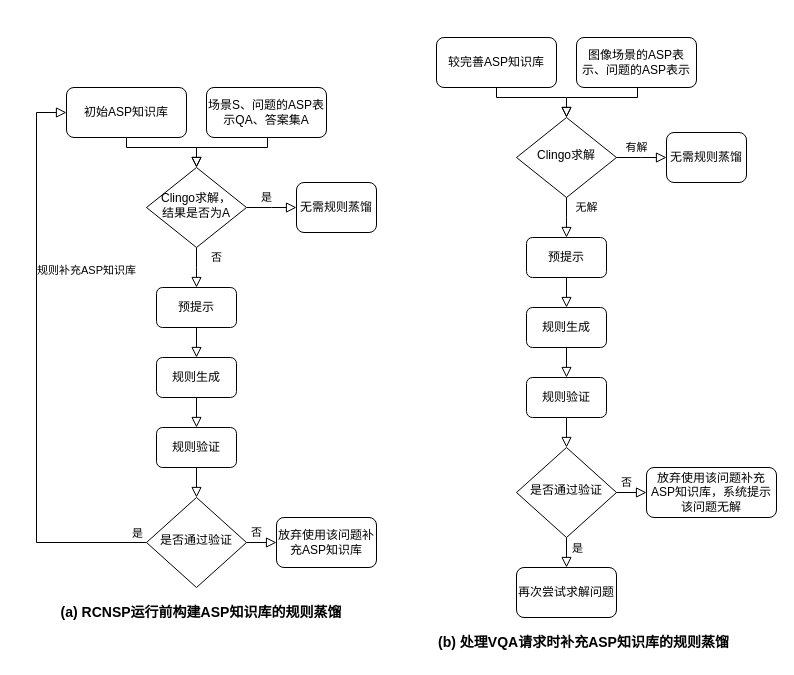
Before: figures/distillation.drawio in penguin-1022/SeuThesiY-master, a draw.io diagram. Source tidied: cells renumbered, new cells numbered last; positions are measured from the earlier drawing's top-left corner, leaving out a move shared by most shapes. Both pictures are drawn from the tidied source at 100%, with x=0, y=0 at pixel (36, 37).
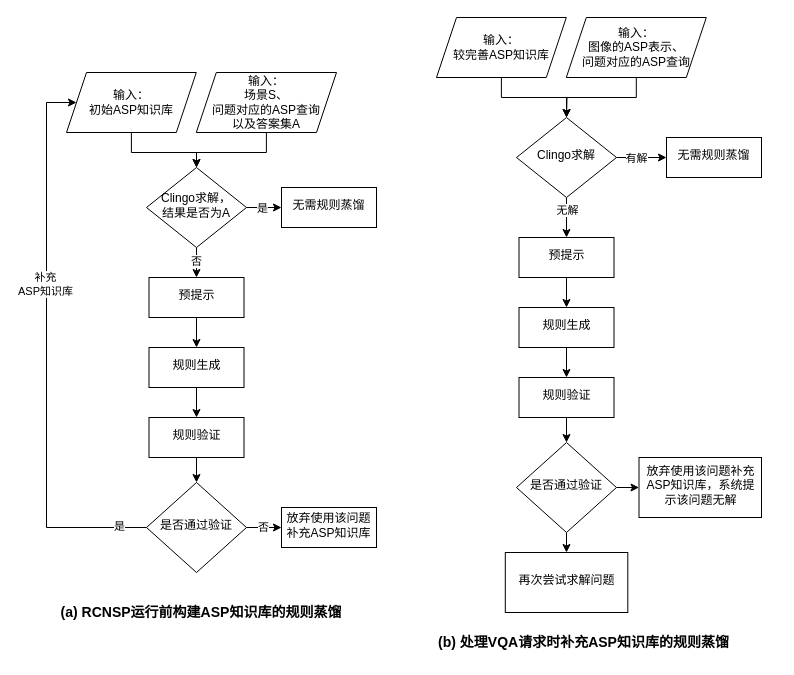
The same diagram, later.

The change refers to these unchanged cells:
```xml
<mxCell id="4" value="Clingo求解" style="rhombus;whiteSpace=wrap;html=1;shadow=0;fontFamily=Helvetica;fontSize=12;align=center;strokeWidth=1;spacing=6;spacingTop=-4;" parent="1" vertex="1">
  <mxGeometry x="480" y="80" width="100" height="80" as="geometry" />
</mxCell>
<mxCell id="22" value="&lt;span style=&quot;background-color: transparent; color: light-dark(rgb(0, 0, 0), rgb(255, 255, 255));&quot;&gt;Clingo求解，&lt;/span&gt;&lt;br&gt;&lt;div&gt;结果是否为A&lt;/div&gt;" style="rhombus;whiteSpace=wrap;html=1;shadow=0;fontFamily=Helvetica;fontSize=12;align=center;strokeWidth=1;spacing=6;spacingTop=-4;" parent="1" vertex="1">
  <mxGeometry x="110" y="130" width="100" height="80" as="geometry" />
</mxCell>
```

The edit, as a diff of the source:
```diff
@@
-    <mxCell id="2" value="较完善ASP知识库" style="rounded=1;whiteSpace=wrap;html=1;fontSize=12;glass=0;strokeWidth=1;shadow=0;" parent="1" vertex="1">
-      <mxGeometry x="400" width="120" height="50" as="geometry" />
-    </mxCell>
-    <mxCell id="3" value="图像场景的ASP表示、问题的ASP表示" style="rounded=1;whiteSpace=wrap;html=1;fontSize=12;glass=0;strokeWidth=1;shadow=0;" parent="1" vertex="1">
-      <mxGeometry x="540" width="120" height="50" as="geometry" />
-    </mxCell>
+    <mxCell id="45" style="edgeStyle=orthogonalEdgeStyle;rounded=0;jettySize=auto;html=1;" parent="1" edge="1" source="4" target="72">
+      <mxGeometry relative="1" as="geometry" />
+    </mxCell>
+    <mxCell id="7" value="有解" style="edgeLabel;html=1;align=center;verticalAlign=middle;" parent="45" vertex="1">
+      <mxGeometry x="-0.26" relative="1" as="geometry" />
+    </mxCell>
+    <mxCell id="46" style="edgeStyle=orthogonalEdgeStyle;rounded=0;jettySize=auto;html=1;entryX=0.5;entryY=0;entryDx=0;entryDy=0;" parent="1" edge="1" source="4" target="74">
+      <mxGeometry relative="1" as="geometry" />
+    </mxCell>
+    <mxCell id="8" value="无解" style="edgeLabel;html=1;align=center;verticalAlign=middle;" parent="46" vertex="1">
+      <mxGeometry x="-0.42" relative="1" as="geometry" />
+    </mxCell>
@@
-    <mxCell id="5" style="edgeStyle=orthogonalEdgeStyle;rounded=0;html=1;jettySize=auto;fontSize=11;endArrow=block;endFill=0;endSize=8;strokeWidth=1;shadow=0;labelBackgroundColor=none;exitX=0.5;exitY=1;exitDx=0;exitDy=0;entryX=0.5;entryY=0;entryDx=0;entryDy=0;" parent="1" edge="1" source="2" target="4">
-      <mxGeometry y="10" relative="1" as="geometry">
-        <Array as="points">
-          <mxPoint x="460" y="60" />
-          <mxPoint x="530" y="60" />
-        </Array>
-      </mxGeometry>
-    </mxCell>
-    <mxCell id="6" style="edgeStyle=orthogonalEdgeStyle;rounded=0;html=1;jettySize=auto;fontSize=11;endArrow=block;endFill=0;endSize=8;strokeWidth=1;shadow=0;labelBackgroundColor=none;entryX=0.5;entryY=0;entryDx=0;entryDy=0;" parent="1" edge="1" target="4">
-      <mxGeometry y="10" relative="1" as="geometry">
-        <mxPoint x="601" y="50" as="sourcePoint" />
-        <Array as="points">
-          <mxPoint x="601" y="50" />
-          <mxPoint x="601" y="60" />
-          <mxPoint x="530" y="60" />
-        </Array>
-      </mxGeometry>
-    </mxCell>
-    <mxCell id="7" value="有解" style="edgeStyle=orthogonalEdgeStyle;rounded=0;html=1;jettySize=auto;fontSize=11;endArrow=block;endFill=0;endSize=8;strokeWidth=1;shadow=0;labelBackgroundColor=none;exitX=1;exitY=0.5;exitDx=0;exitDy=0;" parent="1" edge="1" source="4">
-      <mxGeometry x="-0.21" y="10" relative="1" as="geometry">
-        <mxPoint x="630" y="120" as="targetPoint" />
-      </mxGeometry>
-    </mxCell>
-    <mxCell id="8" value="无解" style="edgeStyle=orthogonalEdgeStyle;rounded=0;html=1;jettySize=auto;fontSize=11;endArrow=block;endFill=0;endSize=8;strokeWidth=1;shadow=0;labelBackgroundColor=none;exitX=0.5;exitY=1;exitDx=0;exitDy=0;" parent="1" edge="1" source="4">
-      <mxGeometry x="-0.51" y="20" relative="1" as="geometry">
-        <mxPoint x="530" y="200" as="targetPoint" />
-      </mxGeometry>
-    </mxCell>
-    <mxCell id="9" value="无需规则蒸馏" style="rounded=1;whiteSpace=wrap;html=1;fontSize=12;glass=0;strokeWidth=1;shadow=0;" parent="1" vertex="1">
-      <mxGeometry x="630" y="95" width="80" height="50" as="geometry" />
-    </mxCell>
-    <mxCell id="10" value="预提示" style="rounded=1;whiteSpace=wrap;html=1;fontSize=12;glass=0;strokeWidth=1;shadow=0;" parent="1" vertex="1">
-      <mxGeometry x="490" y="200" width="80" height="40" as="geometry" />
-    </mxCell>
-    <mxCell id="11" value="规则生成" style="rounded=1;whiteSpace=wrap;html=1;fontSize=12;glass=0;strokeWidth=1;shadow=0;" parent="1" vertex="1">
-      <mxGeometry x="490" y="270" width="80" height="40" as="geometry" />
-    </mxCell>
-    <mxCell id="12" value="规则验证" style="rounded=1;whiteSpace=wrap;html=1;fontSize=12;glass=0;strokeWidth=1;shadow=0;" parent="1" vertex="1">
-      <mxGeometry x="490" y="340" width="80" height="40" as="geometry" />
-    </mxCell>
+    <mxCell id="43" style="edgeStyle=orthogonalEdgeStyle;rounded=0;jettySize=auto;html=1;entryX=0.5;entryY=0;entryDx=0;entryDy=0;" parent="1" edge="1" source="13" target="42">
+      <mxGeometry relative="1" as="geometry" />
+    </mxCell>
+    <mxCell id="47" style="edgeStyle=orthogonalEdgeStyle;rounded=0;jettySize=auto;html=1;" parent="1" edge="1" source="13" target="17">
+      <mxGeometry relative="1" as="geometry" />
+    </mxCell>
     <mxCell id="13" value="是否通过验证" style="rhombus;whiteSpace=wrap;html=1;shadow=0;fontFamily=Helvetica;fontSize=12;align=center;strokeWidth=1;spacing=6;spacingTop=-4;" parent="1" vertex="1">
-      <mxGeometry x="480" y="410" width="100" height="90" as="geometry" />
+      <mxGeometry x="480" y="405" width="100" height="90" as="geometry" />
     </mxCell>
-    <mxCell id="14" style="edgeStyle=orthogonalEdgeStyle;rounded=0;html=1;jettySize=auto;fontSize=11;endArrow=block;endFill=0;endSize=8;strokeWidth=1;shadow=0;labelBackgroundColor=none;exitX=0.5;exitY=1;exitDx=0;exitDy=0;" parent="1" edge="1" source="11">
-      <mxGeometry y="10" relative="1" as="geometry">
-        <mxPoint x="530" y="340" as="targetPoint" />
-      </mxGeometry>
-    </mxCell>
-    <mxCell id="15" style="edgeStyle=orthogonalEdgeStyle;rounded=0;html=1;jettySize=auto;fontSize=11;endArrow=block;endFill=0;endSize=8;strokeWidth=1;shadow=0;labelBackgroundColor=none;exitX=0.5;exitY=1;exitDx=0;exitDy=0;entryX=0.5;entryY=0;entryDx=0;entryDy=0;" parent="1" edge="1" source="12" target="13">
-      <mxGeometry y="10" relative="1" as="geometry" />
-    </mxCell>
-    <mxCell id="16" style="edgeStyle=orthogonalEdgeStyle;rounded=0;html=1;jettySize=auto;fontSize=11;endArrow=block;endFill=0;endSize=8;strokeWidth=1;shadow=0;labelBackgroundColor=none;exitX=1;exitY=0.5;exitDx=0;exitDy=0;" parent="1" edge="1" source="13">
-      <mxGeometry y="10" relative="1" as="geometry">
-        <mxPoint x="610" y="455" as="targetPoint" />
-      </mxGeometry>
-    </mxCell>
-    <mxCell id="17" value="放弃使用该问题补充ASP知识库，系统提示该问题无解" style="rounded=1;whiteSpace=wrap;html=1;fontSize=12;glass=0;strokeWidth=1;shadow=0;" parent="1" vertex="1">
-      <mxGeometry x="610" y="430" width="130" height="50" as="geometry" />
-    </mxCell>
-    <mxCell id="18" value="否" style="text;html=1;align=center;verticalAlign=middle;strokeColor=none;fillColor=none;fontSize=11;" parent="1" vertex="1">
-      <mxGeometry x="575" y="430" width="30" height="30" as="geometry" />
-    </mxCell>
-    <mxCell id="19" style="edgeStyle=orthogonalEdgeStyle;rounded=0;html=1;jettySize=auto;fontSize=11;endArrow=block;endFill=0;endSize=8;strokeWidth=1;shadow=0;labelBackgroundColor=none;exitX=0.5;exitY=1;exitDx=0;exitDy=0;" parent="1" edge="1" source="10">
-      <mxGeometry y="10" relative="1" as="geometry">
-        <mxPoint x="530" y="270" as="targetPoint" />
-      </mxGeometry>
-    </mxCell>
-    <mxCell id="20" value="初始ASP知识库" style="rounded=1;whiteSpace=wrap;html=1;fontSize=12;glass=0;strokeWidth=1;shadow=0;" parent="1" vertex="1">
-      <mxGeometry x="30" y="50" width="120" height="50" as="geometry" />
-    </mxCell>
-    <mxCell id="21" value="场景S、问题的ASP表示QA、答案集A" style="rounded=1;whiteSpace=wrap;html=1;fontSize=12;glass=0;strokeWidth=1;shadow=0;" parent="1" vertex="1">
-      <mxGeometry x="170" y="50" width="120" height="50" as="geometry" />
-    </mxCell>
+    <mxCell id="48" style="edgeStyle=orthogonalEdgeStyle;rounded=0;jettySize=auto;html=1;" parent="1" edge="1" source="22" target="61">
+      <mxGeometry relative="1" as="geometry" />
+    </mxCell>
+    <mxCell id="49" value="是" style="edgeLabel;html=1;align=center;verticalAlign=middle;" parent="48" vertex="1">
+      <mxGeometry x="0.45" y="-1" relative="1" as="geometry">
+        <mxPoint x="-8" y="-1" as="offset" />
+      </mxGeometry>
+    </mxCell>
+    <mxCell id="50" style="edgeStyle=orthogonalEdgeStyle;rounded=0;jettySize=auto;html=1;entryX=0.5;entryY=0;entryDx=0;entryDy=0;" parent="1" edge="1" source="22" target="63">
+      <mxGeometry relative="1" as="geometry" />
+    </mxCell>
+    <mxCell id="51" value="否" style="edgeLabel;html=1;align=center;verticalAlign=middle;" parent="50" vertex="1">
+      <mxGeometry x="0.31" y="-1" relative="1" as="geometry" />
+    </mxCell>
@@
-    <mxCell id="23" style="edgeStyle=orthogonalEdgeStyle;rounded=0;html=1;jettySize=auto;fontSize=11;endArrow=block;endFill=0;endSize=8;strokeWidth=1;shadow=0;labelBackgroundColor=none;exitX=0.5;exitY=1;exitDx=0;exitDy=0;entryX=0.5;entryY=0;entryDx=0;entryDy=0;" parent="1" edge="1" source="20" target="22">
-      <mxGeometry y="10" relative="1" as="geometry">
-        <Array as="points">
-          <mxPoint x="90" y="110" />
-          <mxPoint x="160" y="110" />
-        </Array>
-      </mxGeometry>
-    </mxCell>
-    <mxCell id="24" style="edgeStyle=orthogonalEdgeStyle;rounded=0;html=1;jettySize=auto;fontSize=11;endArrow=block;endFill=0;endSize=8;strokeWidth=1;shadow=0;labelBackgroundColor=none;entryX=0.5;entryY=0;entryDx=0;entryDy=0;" parent="1" edge="1" target="22">
-      <mxGeometry y="10" relative="1" as="geometry">
-        <mxPoint x="231" y="100" as="sourcePoint" />
-        <Array as="points">
-          <mxPoint x="231" y="100" />
-          <mxPoint x="231" y="110" />
-          <mxPoint x="160" y="110" />
-        </Array>
-      </mxGeometry>
-    </mxCell>
-    <mxCell id="25" value="是" style="edgeStyle=orthogonalEdgeStyle;rounded=0;html=1;jettySize=auto;fontSize=11;endArrow=block;endFill=0;endSize=8;strokeWidth=1;shadow=0;labelBackgroundColor=none;exitX=1;exitY=0.5;exitDx=0;exitDy=0;" parent="1" edge="1" source="22">
-      <mxGeometry x="-0.21" y="10" relative="1" as="geometry">
-        <mxPoint x="260" y="170" as="targetPoint" />
-      </mxGeometry>
-    </mxCell>
-    <mxCell id="26" value="否" style="edgeStyle=orthogonalEdgeStyle;rounded=0;html=1;jettySize=auto;fontSize=11;endArrow=block;endFill=0;endSize=8;strokeWidth=1;shadow=0;labelBackgroundColor=none;exitX=0.5;exitY=1;exitDx=0;exitDy=0;" parent="1" edge="1" source="22">
-      <mxGeometry x="-0.51" y="20" relative="1" as="geometry">
-        <mxPoint x="160" y="250" as="targetPoint" />
-      </mxGeometry>
-    </mxCell>
-    <mxCell id="27" value="无需规则蒸馏" style="rounded=1;whiteSpace=wrap;html=1;fontSize=12;glass=0;strokeWidth=1;shadow=0;" parent="1" vertex="1">
-      <mxGeometry x="260" y="145" width="80" height="50" as="geometry" />
-    </mxCell>
-    <mxCell id="28" value="预提示" style="rounded=1;whiteSpace=wrap;html=1;fontSize=12;glass=0;strokeWidth=1;shadow=0;" parent="1" vertex="1">
-      <mxGeometry x="120" y="250" width="80" height="40" as="geometry" />
-    </mxCell>
-    <mxCell id="29" value="规则生成" style="rounded=1;whiteSpace=wrap;html=1;fontSize=12;glass=0;strokeWidth=1;shadow=0;" parent="1" vertex="1">
-      <mxGeometry x="120" y="320" width="80" height="40" as="geometry" />
-    </mxCell>
-    <mxCell id="30" value="规则验证" style="rounded=1;whiteSpace=wrap;html=1;fontSize=12;glass=0;strokeWidth=1;shadow=0;" parent="1" vertex="1">
-      <mxGeometry x="120" y="390" width="80" height="40" as="geometry" />
-    </mxCell>
+    <mxCell id="52" style="edgeStyle=orthogonalEdgeStyle;rounded=0;jettySize=auto;html=1;entryX=0;entryY=0.5;entryDx=0;entryDy=0;" parent="1" edge="1" source="31" target="36">
+      <mxGeometry relative="1" as="geometry" />
+    </mxCell>
+    <mxCell id="53" value="否" style="edgeLabel;html=1;align=center;verticalAlign=middle;" parent="52" vertex="1">
+      <mxGeometry x="0.16" y="1" relative="1" as="geometry" />
+    </mxCell>
+    <mxCell id="54" style="edgeStyle=orthogonalEdgeStyle;rounded=0;jettySize=auto;html=1;entryX=0;entryY=0.5;entryDx=0;entryDy=0;" parent="1" edge="1" source="31" target="60">
+      <mxGeometry relative="1" as="geometry">
+        <Array as="points">
+          <mxPoint x="10" y="490" />
+          <mxPoint x="10" y="65" />
+        </Array>
+      </mxGeometry>
+    </mxCell>
+    <mxCell id="55" value="是" style="edgeLabel;html=1;align=center;verticalAlign=middle;" parent="54" vertex="1">
+      <mxGeometry x="-0.9" y="-2" relative="1" as="geometry" />
+    </mxCell>
+    <mxCell id="56" value="补充&lt;br&gt;ASP知识库" style="edgeLabel;html=1;align=center;verticalAlign=middle;" parent="54" vertex="1">
+      <mxGeometry x="0.24" y="2" relative="1" as="geometry" />
+    </mxCell>
     <mxCell id="31" value="是否通过验证" style="rhombus;whiteSpace=wrap;html=1;shadow=0;fontFamily=Helvetica;fontSize=12;align=center;strokeWidth=1;spacing=6;spacingTop=-4;" parent="1" vertex="1">
-      <mxGeometry x="110" y="460" width="100" height="90" as="geometry" />
+      <mxGeometry x="110" y="445" width="100" height="90" as="geometry" />
     </mxCell>
-    <mxCell id="32" value="是" style="edgeLabel;html=1;align=center;verticalAlign=middle;" parent="1" vertex="1">
-      <mxGeometry x="100.2" y="495" as="geometry" />
-    </mxCell>
-    <mxCell id="33" style="edgeStyle=orthogonalEdgeStyle;rounded=0;html=1;jettySize=auto;fontSize=11;endArrow=block;endFill=0;endSize=8;strokeWidth=1;shadow=0;labelBackgroundColor=none;exitX=0.5;exitY=1;exitDx=0;exitDy=0;" parent="1" edge="1" source="29">
-      <mxGeometry y="10" relative="1" as="geometry">
-        <mxPoint x="160" y="390" as="targetPoint" />
-      </mxGeometry>
-    </mxCell>
-    <mxCell id="34" style="edgeStyle=orthogonalEdgeStyle;rounded=0;html=1;jettySize=auto;fontSize=11;endArrow=block;endFill=0;endSize=8;strokeWidth=1;shadow=0;labelBackgroundColor=none;exitX=0.5;exitY=1;exitDx=0;exitDy=0;entryX=0.5;entryY=0;entryDx=0;entryDy=0;" parent="1" edge="1" source="30" target="31">
-      <mxGeometry y="10" relative="1" as="geometry" />
-    </mxCell>
-    <mxCell id="35" style="edgeStyle=orthogonalEdgeStyle;rounded=0;html=1;jettySize=auto;fontSize=11;endArrow=block;endFill=0;endSize=8;strokeWidth=1;shadow=0;labelBackgroundColor=none;exitX=1;exitY=0.5;exitDx=0;exitDy=0;" parent="1" edge="1" source="31">
-      <mxGeometry y="10" relative="1" as="geometry">
-        <mxPoint x="240" y="505" as="targetPoint" />
-      </mxGeometry>
-    </mxCell>
-    <mxCell id="36" value="放弃使用该问题补充ASP知识库" style="rounded=1;whiteSpace=wrap;html=1;fontSize=12;glass=0;strokeWidth=1;shadow=0;" parent="1" vertex="1">
-      <mxGeometry x="240" y="480" width="100" height="50" as="geometry" />
-    </mxCell>
-    <mxCell id="37" value="否" style="text;html=1;align=center;verticalAlign=middle;strokeColor=none;fillColor=none;fontSize=11;" parent="1" vertex="1">
-      <mxGeometry x="205" y="480" width="30" height="30" as="geometry" />
-    </mxCell>
-    <mxCell id="38" style="edgeStyle=orthogonalEdgeStyle;rounded=0;html=1;jettySize=auto;fontSize=11;endArrow=block;endFill=0;endSize=8;strokeWidth=1;shadow=0;labelBackgroundColor=none;exitX=0.5;exitY=1;exitDx=0;exitDy=0;" parent="1" edge="1" source="28">
-      <mxGeometry y="10" relative="1" as="geometry">
-        <mxPoint x="160" y="320" as="targetPoint" />
-      </mxGeometry>
-    </mxCell>
-    <mxCell id="39" value="规则补充ASP知识库" style="edgeStyle=orthogonalEdgeStyle;rounded=0;html=1;jettySize=auto;fontSize=11;endArrow=block;endFill=0;endSize=8;strokeWidth=1;shadow=0;labelBackgroundColor=none;exitX=0;exitY=0.5;exitDx=0;exitDy=0;align=center;" parent="1" edge="1" source="31" target="20">
-      <mxGeometry x="0.34" y="-50" relative="1" as="geometry">
-        <Array as="points">
-          <mxPoint y="505" />
-          <mxPoint y="75" />
-        </Array>
-      </mxGeometry>
-    </mxCell>
@@
+    <mxCell id="57" style="edgeStyle=orthogonalEdgeStyle;rounded=0;jettySize=auto;html=1;entryX=0.5;entryY=0;entryDx=0;entryDy=0;" parent="1" edge="1" source="58" target="22">
+      <mxGeometry relative="1" as="geometry" />
+    </mxCell>
+    <mxCell id="58" value="输入：&lt;br&gt;场景S、&lt;br&gt;问题对应的ASP查询&lt;br&gt;以及答案集A" style="shape=parallelogram;perimeter=parallelogramPerimeter;whiteSpace=wrap;html=1;fixedSize=1;" parent="1" vertex="1">
+      <mxGeometry x="159.8" y="35" width="140.2" height="60" as="geometry" />
+    </mxCell>
+    <mxCell id="59" style="edgeStyle=orthogonalEdgeStyle;rounded=0;jettySize=auto;html=1;entryX=0.5;entryY=0;entryDx=0;entryDy=0;" parent="1" edge="1" source="60" target="22">
+      <mxGeometry relative="1" as="geometry" />
+    </mxCell>
+    <mxCell id="60" value="输入：&lt;br&gt;初始ASP知识库" style="shape=parallelogram;perimeter=parallelogramPerimeter;whiteSpace=wrap;html=1;fixedSize=1;" parent="1" vertex="1">
+      <mxGeometry x="30" y="35" width="129.8" height="60" as="geometry" />
+    </mxCell>
+    <mxCell id="61" value="无需规则蒸馏" style="whiteSpace=wrap;html=1;shadow=0;strokeWidth=1;spacing=6;spacingTop=-4;" parent="1" vertex="1">
+      <mxGeometry x="245" y="150" width="95" height="40" as="geometry" />
+    </mxCell>
+    <mxCell id="62" style="edgeStyle=orthogonalEdgeStyle;rounded=0;jettySize=auto;html=1;entryX=0.5;entryY=0;entryDx=0;entryDy=0;" parent="1" edge="1" source="63" target="65">
+      <mxGeometry relative="1" as="geometry" />
+    </mxCell>
+    <mxCell id="63" value="预提示" style="whiteSpace=wrap;html=1;shadow=0;strokeWidth=1;spacing=6;spacingTop=-4;" parent="1" vertex="1">
+      <mxGeometry x="112.5" y="240" width="95" height="40" as="geometry" />
+    </mxCell>
+    <mxCell id="64" style="edgeStyle=orthogonalEdgeStyle;rounded=0;jettySize=auto;html=1;entryX=0.5;entryY=0;entryDx=0;entryDy=0;" parent="1" edge="1" source="65" target="67">
+      <mxGeometry relative="1" as="geometry" />
+    </mxCell>
+    <mxCell id="65" value="规则生成" style="whiteSpace=wrap;html=1;shadow=0;strokeWidth=1;spacing=6;spacingTop=-4;" parent="1" vertex="1">
+      <mxGeometry x="112.5" y="310" width="95" height="40" as="geometry" />
+    </mxCell>
+    <mxCell id="66" style="edgeStyle=orthogonalEdgeStyle;rounded=0;jettySize=auto;html=1;" parent="1" edge="1" source="67" target="31">
+      <mxGeometry relative="1" as="geometry" />
+    </mxCell>
+    <mxCell id="67" value="规则验证" style="whiteSpace=wrap;html=1;shadow=0;strokeWidth=1;spacing=6;spacingTop=-4;" parent="1" vertex="1">
+      <mxGeometry x="112.5" y="380" width="95" height="40" as="geometry" />
+    </mxCell>
+    <mxCell id="36" value="放弃使用该问题补充ASP知识库" style="whiteSpace=wrap;html=1;shadow=0;strokeWidth=1;spacing=6;spacingTop=-4;" parent="1" vertex="1">
+      <mxGeometry x="245" y="470" width="95" height="40" as="geometry" />
+    </mxCell>
+    <mxCell id="68" style="edgeStyle=orthogonalEdgeStyle;rounded=0;jettySize=auto;html=1;entryX=0.5;entryY=0;entryDx=0;entryDy=0;" parent="1" edge="1" source="69" target="4">
+      <mxGeometry relative="1" as="geometry" />
+    </mxCell>
+    <mxCell id="69" value="输入：&lt;br&gt;较完善ASP知识库" style="shape=parallelogram;perimeter=parallelogramPerimeter;whiteSpace=wrap;html=1;fixedSize=1;" parent="1" vertex="1">
+      <mxGeometry x="400" y="-20" width="129.8" height="60" as="geometry" />
+    </mxCell>
+    <mxCell id="70" style="edgeStyle=orthogonalEdgeStyle;rounded=0;jettySize=auto;html=1;" parent="1" edge="1" source="71">
+      <mxGeometry relative="1" as="geometry">
+        <mxPoint x="530" y="80" as="targetPoint" />
+      </mxGeometry>
+    </mxCell>
+    <mxCell id="71" value="输入：&lt;br&gt;图像的ASP表示、&lt;br&gt;问题对应的ASP查询" style="shape=parallelogram;perimeter=parallelogramPerimeter;whiteSpace=wrap;html=1;fixedSize=1;" parent="1" vertex="1">
+      <mxGeometry x="529.8" y="-20" width="140" height="60" as="geometry" />
+    </mxCell>
+    <mxCell id="72" value="无需规则蒸馏" style="whiteSpace=wrap;html=1;shadow=0;strokeWidth=1;spacing=6;spacingTop=-4;" parent="1" vertex="1">
+      <mxGeometry x="630" y="100" width="95" height="40" as="geometry" />
+    </mxCell>
+    <mxCell id="73" style="edgeStyle=orthogonalEdgeStyle;rounded=0;jettySize=auto;html=1;entryX=0.5;entryY=0;entryDx=0;entryDy=0;" parent="1" edge="1" source="74" target="76">
+      <mxGeometry relative="1" as="geometry" />
+    </mxCell>
+    <mxCell id="74" value="预提示" style="whiteSpace=wrap;html=1;shadow=0;strokeWidth=1;spacing=6;spacingTop=-4;" parent="1" vertex="1">
+      <mxGeometry x="482.5" y="200" width="95" height="40" as="geometry" />
+    </mxCell>
+    <mxCell id="75" style="edgeStyle=orthogonalEdgeStyle;rounded=0;jettySize=auto;html=1;entryX=0.5;entryY=0;entryDx=0;entryDy=0;" parent="1" edge="1" source="76" target="78">
+      <mxGeometry relative="1" as="geometry" />
+    </mxCell>
+    <mxCell id="76" value="规则生成" style="whiteSpace=wrap;html=1;shadow=0;strokeWidth=1;spacing=6;spacingTop=-4;" parent="1" vertex="1">
+      <mxGeometry x="482.5" y="270" width="95" height="40" as="geometry" />
+    </mxCell>
+    <mxCell id="77" style="edgeStyle=orthogonalEdgeStyle;rounded=0;jettySize=auto;html=1;" parent="1" edge="1" source="78">
+      <mxGeometry relative="1" as="geometry">
+        <mxPoint x="530" y="405" as="targetPoint" />
+      </mxGeometry>
+    </mxCell>
+    <mxCell id="78" value="规则验证" style="whiteSpace=wrap;html=1;shadow=0;strokeWidth=1;spacing=6;spacingTop=-4;" parent="1" vertex="1">
+      <mxGeometry x="482.5" y="340" width="95" height="40" as="geometry" />
+    </mxCell>
+    <mxCell id="17" value="放弃使用该问题补充ASP知识库，系统提示该问题无解" style="whiteSpace=wrap;html=1;shadow=0;strokeWidth=1;spacing=6;spacingTop=-4;" parent="1" vertex="1">
+      <mxGeometry x="602.5" y="420" width="122.5" height="60" as="geometry" />
+    </mxCell>
-    <mxCell id="42" value="再次尝试求解问题" style="rounded=1;whiteSpace=wrap;html=1;fontSize=12;glass=0;strokeWidth=1;shadow=0;" parent="1" vertex="1">
-      <mxGeometry x="480" y="530" width="100" height="50" as="geometry" />
+    <mxCell id="42" value="再次尝试求解问题" style="whiteSpace=wrap;html=1;shadow=0;strokeWidth=1;spacing=6;spacingTop=-4;" parent="1" vertex="1">
+      <mxGeometry x="468.8" y="515" width="122.5" height="60" as="geometry" />
     </mxCell>
-    <mxCell id="43" style="edgeStyle=orthogonalEdgeStyle;rounded=0;html=1;jettySize=auto;fontSize=11;endArrow=block;endFill=0;endSize=8;strokeWidth=1;shadow=0;labelBackgroundColor=none;exitX=0.5;exitY=1;exitDx=0;exitDy=0;entryX=0.5;entryY=0;entryDx=0;entryDy=0;" parent="1" edge="1" source="13" target="42">
-      <mxGeometry y="10" relative="1" as="geometry" />
-    </mxCell>
-    <mxCell id="44" value="是" style="edgeLabel;html=1;align=center;verticalAlign=middle;" parent="43" vertex="1">
-      <mxGeometry x="-0.33" relative="1" as="geometry">
-        <mxPoint x="10" as="offset" />
-      </mxGeometry>
-    </mxCell>
```
